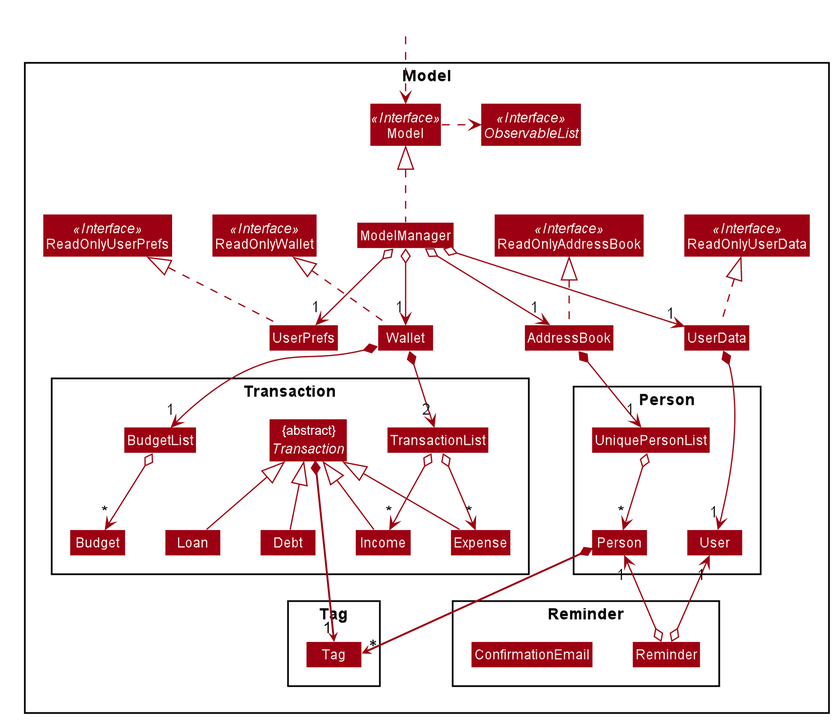
This is docs/images/ModelClassDiagram.png from syinyichen/main, a PlantUML export, as it was before one commit. Its source is kept beside it as docs/diagrams/ModelClassDiagram.puml.
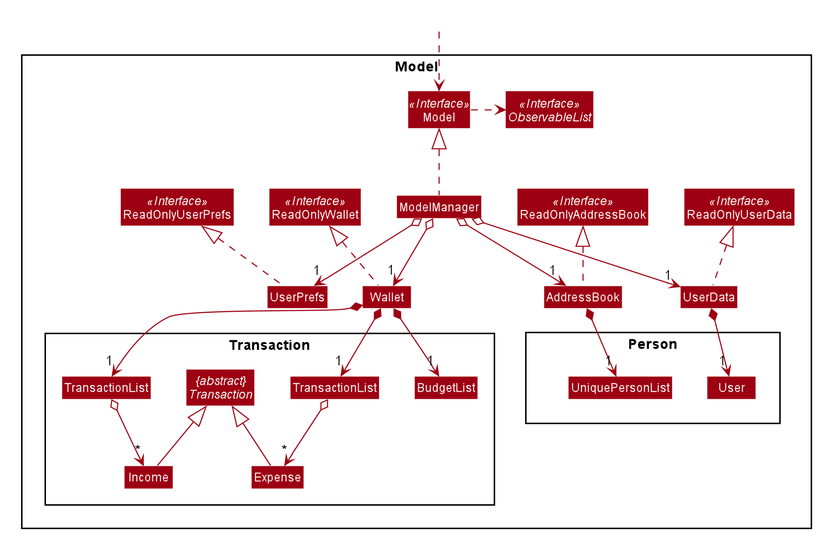
The same diagram one commit later.

Diff of the diagram source:
```diff
@@ -23,29 +23,17 @@
 Class ReadOnlyUserPrefs
 
 Package Person {
-Class Person
 Class UniquePersonList
 Class User
 }
 
 Package Transaction {
-Class TransactionList
-abstract Transaction <<abstract>>
+Class "TransactionList" as TransactionListIncome
+Class "TransactionList" as TransactionListExpense
+Class BudgetList
 Class Expense
 Class Income
-Class Debt
-Class Loan
-Class Budget
-Class BudgetList
-}
-
-Package Reminder {
-Class Reminder
-Class ConfirmationEmail
-}
-
-Package Tag {
-Class Tag
+abstract "{abstract}\nTransaction" as Transaction
 }
 }
 
@@ -65,38 +53,24 @@
 UserPrefs .up.|> ReadOnlyUserPrefs
 
 AddressBook *--> "1" UniquePersonList
-UniquePersonList o--> "*" Person
 
 UserData *--> "1" User
 
-Wallet *--> "2" TransactionList
+Wallet *--> "1" TransactionListIncome
+Wallet *--> "1" TransactionListExpense
 Wallet *--> "1" BudgetList
-BudgetList o--> "*" Budget
-TransactionList o--> "*" Expense
-TransactionList o--> "*" Income
+
+TransactionListExpense o--> "*" Expense
+TransactionListIncome o--> "*" Income
+
 Expense -up-|> Transaction
 Income -up-|> Transaction
-Debt -up-|> Transaction
-Loan -up-|> Transaction
-
-Person *-[hidden]-> "*" Tag
-Transaction *-[hidden]-> "1" Tag
-
-Reminder o-up-> "1" User
-Reminder o-up-> "1" Person
 
 Person -[hidden]right-> User
 UserPrefs -[hidden]right-> Wallet
 Wallet -[hidden]right-> AddressBook
 AddressBook -[hidden]right-> UserData
 UniquePersonList -[hidden]right-> User
-Transaction -[hidden]right-> TransactionList
-Loan -[hidden]right-> Debt
-Debt -[hidden]right-> Income
-Income -[hidden]right-> Expense
-Expense -[hidden]right-> Person
-Debt -[hidden]down-> Tag
-Loan -[hidden]down-> Tag
 
 
 @enduml
```
